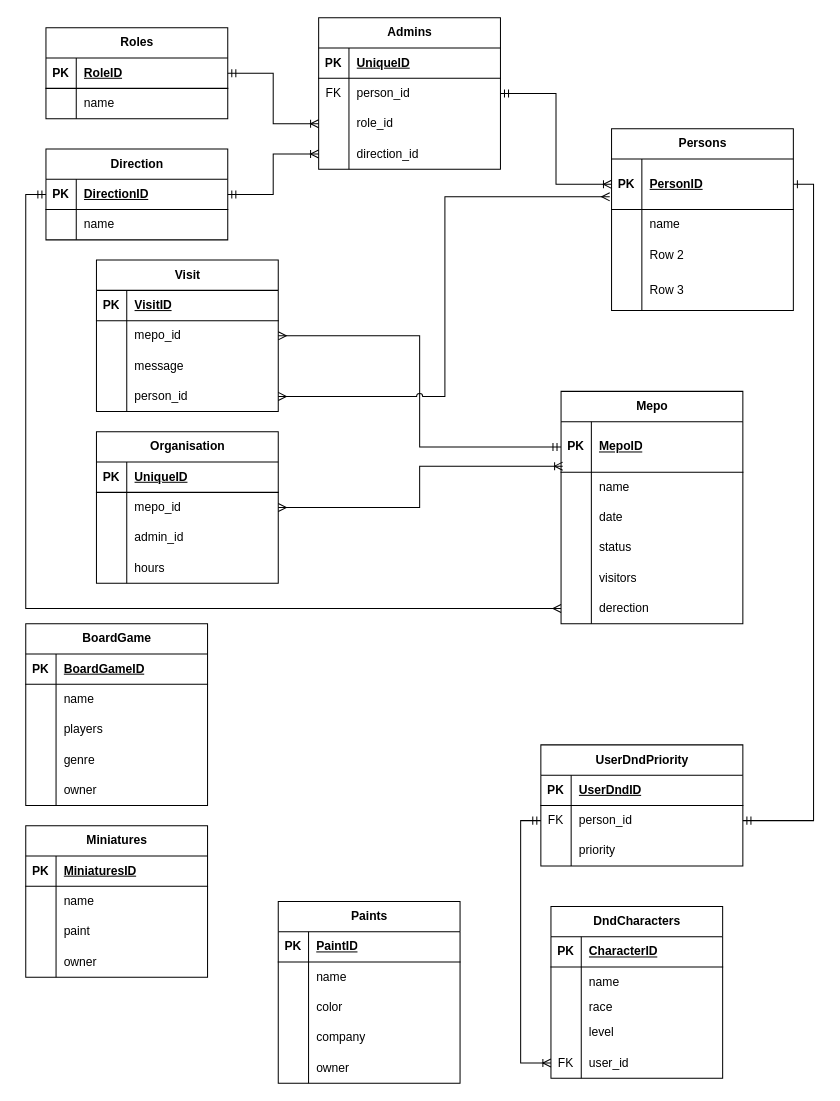
This is venv/Scripts/Тест.drawio from GooDDoGGoD/blog, a draw.io file, before an edit. Source tidied: cells renumbered, new cells numbered last; positions are measured from the earlier drawing's top-left corner, leaving out a move shared by most shapes. Both pictures are drawn from the tidied source at 101%, with x=0, y=0 at pixel (25, 17).
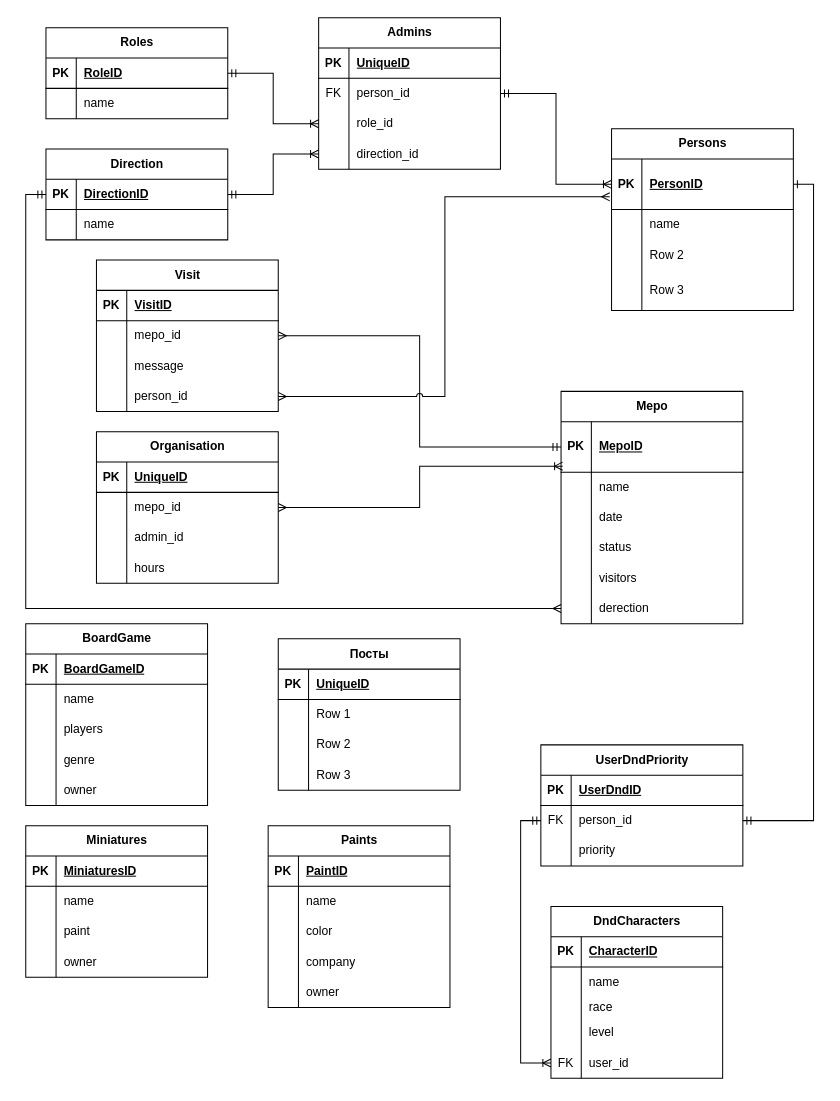
The same diagram, later.

The edit, as a diff of the source:
```diff
@@
     <mxCell id="151" value="Paints" style="shape=table;startSize=30;childLayout=tableLayout;rowLines=0;fontStyle=1;align=center;html=1;" parent="1" vertex="1">
-      <mxGeometry x="250" y="875" width="180" height="180" as="geometry" />
+      <mxGeometry x="240" y="800" width="180" height="180" as="geometry" />
     </mxCell>
@@
+    <mxCell id="167" value="Посты" style="shape=table;startSize=30;childLayout=tableLayout;rowLines=0;fontStyle=1;align=center;html=1;" parent="1" vertex="1">
+      <mxGeometry x="250" y="615" width="180" height="150" as="geometry" />
+    </mxCell>
+    <mxCell id="168" style="shape=tableRow;horizontal=0;startSize=0;swimlaneHead=0;swimlaneBody=0;fillColor=none;top=0;left=0;right=0;bottom=1;" parent="167" vertex="1">
+      <mxGeometry y="30" width="180" height="30" as="geometry" />
+    </mxCell>
+    <mxCell id="169" value="PK" style="shape=partialRectangle;fillColor=none;top=0;left=0;bottom=0;right=0;fontStyle=1;overflow=hidden;whiteSpace=wrap;html=1;" parent="168" vertex="1">
+      <mxGeometry width="30" height="30" as="geometry" />
+    </mxCell>
+    <mxCell id="170" value="UniqueID" style="shape=partialRectangle;fillColor=none;top=0;left=0;bottom=0;right=0;align=left;spacingLeft=6;fontStyle=5;overflow=hidden;whiteSpace=wrap;html=1;" parent="168" vertex="1">
+      <mxGeometry x="30" width="150" height="30" as="geometry" />
+    </mxCell>
+    <mxCell id="171" style="shape=tableRow;horizontal=0;startSize=0;swimlaneHead=0;swimlaneBody=0;fillColor=none;top=0;left=0;right=0;bottom=0;" parent="167" vertex="1">
+      <mxGeometry y="60" width="180" height="30" as="geometry" />
+    </mxCell>
+    <mxCell id="172" style="shape=partialRectangle;fillColor=none;top=0;left=0;bottom=0;right=0;overflow=hidden;whiteSpace=wrap;html=1;" parent="171" vertex="1">
+      <mxGeometry width="30" height="30" as="geometry" />
+    </mxCell>
+    <mxCell id="173" value="Row 1" style="shape=partialRectangle;fillColor=none;top=0;left=0;bottom=0;right=0;align=left;spacingLeft=6;overflow=hidden;whiteSpace=wrap;html=1;" parent="171" vertex="1">
+      <mxGeometry x="30" width="150" height="30" as="geometry" />
+    </mxCell>
+    <mxCell id="174" style="shape=tableRow;horizontal=0;startSize=0;swimlaneHead=0;swimlaneBody=0;fillColor=none;top=0;left=0;right=0;bottom=0;" parent="167" vertex="1">
+      <mxGeometry y="90" width="180" height="30" as="geometry" />
+    </mxCell>
+    <mxCell id="175" style="shape=partialRectangle;fillColor=none;top=0;left=0;bottom=0;right=0;overflow=hidden;whiteSpace=wrap;html=1;" parent="174" vertex="1">
+      <mxGeometry width="30" height="30" as="geometry" />
+    </mxCell>
+    <mxCell id="176" value="Row 2" style="shape=partialRectangle;fillColor=none;top=0;left=0;bottom=0;right=0;align=left;spacingLeft=6;overflow=hidden;whiteSpace=wrap;html=1;" parent="174" vertex="1">
+      <mxGeometry x="30" width="150" height="30" as="geometry" />
+    </mxCell>
+    <mxCell id="177" style="shape=tableRow;horizontal=0;startSize=0;swimlaneHead=0;swimlaneBody=0;fillColor=none;top=0;left=0;right=0;bottom=0;" parent="167" vertex="1">
+      <mxGeometry y="120" width="180" height="30" as="geometry" />
+    </mxCell>
+    <mxCell id="178" style="shape=partialRectangle;fillColor=none;top=0;left=0;bottom=0;right=0;overflow=hidden;whiteSpace=wrap;html=1;" parent="177" vertex="1">
+      <mxGeometry width="30" height="30" as="geometry" />
+    </mxCell>
+    <mxCell id="179" value="Row 3" style="shape=partialRectangle;fillColor=none;top=0;left=0;bottom=0;right=0;align=left;spacingLeft=6;overflow=hidden;whiteSpace=wrap;html=1;" parent="177" vertex="1">
+      <mxGeometry x="30" width="150" height="30" as="geometry" />
+    </mxCell>
```
